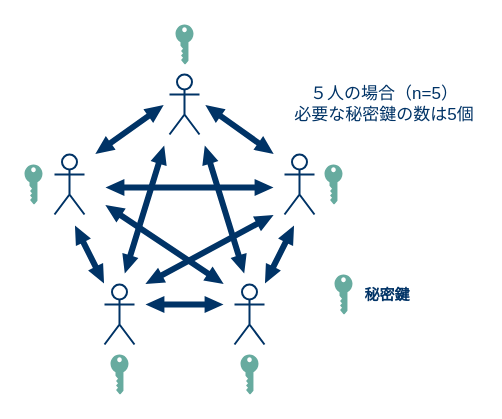
Earlier version of the draw.io diagram img/6-share-pubkey.dio (akakou-doc/pubkey-crypto). Source tidied: cells renumbered, new cells numbered last; positions are measured from the earlier drawing's top-left corner, leaving out a move shared by most shapes. Both pictures are drawn from the tidied source at 100%, with x=0, y=0 at pixel (24, 24).
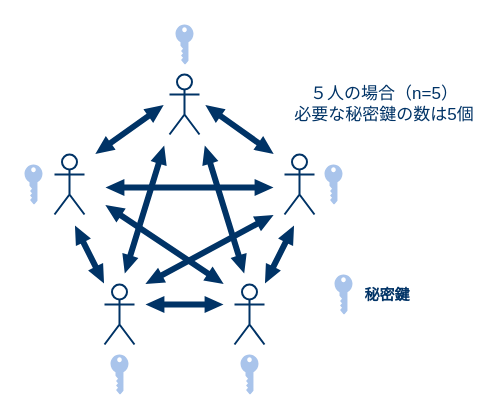
After the change.

Change to the diagram source:
```diff
@@
-    <mxCell id="18" style="verticalLabelPosition=bottom;html=1;verticalAlign=top;align=center;shape=mxgraph.cisco19.key;fillColor=#67AB9F;strokeColor=#FFFFFF;direction=south;strokeWidth=15;" parent="1" vertex="1">
+    <mxCell id="18" style="verticalLabelPosition=bottom;html=1;verticalAlign=top;align=center;shape=mxgraph.cisco19.key;fillColor=#A9C4EB;strokeColor=#FFFFFF;direction=south;strokeWidth=15;" parent="1" vertex="1">
       <mxGeometry x="151" width="18" height="40" as="geometry" />
     </mxCell>
-    <mxCell id="19" style="verticalLabelPosition=bottom;html=1;verticalAlign=top;align=center;shape=mxgraph.cisco19.key;fillColor=#67AB9F;strokeColor=#FFFFFF;direction=south;strokeWidth=15;" parent="1" vertex="1">
+    <mxCell id="19" style="verticalLabelPosition=bottom;html=1;verticalAlign=top;align=center;shape=mxgraph.cisco19.key;fillColor=#A9C4EB;strokeColor=#FFFFFF;direction=south;strokeWidth=15;" parent="1" vertex="1">
       <mxGeometry y="140" width="18" height="40" as="geometry" />
     </mxCell>
-    <mxCell id="20" style="verticalLabelPosition=bottom;html=1;verticalAlign=top;align=center;shape=mxgraph.cisco19.key;fillColor=#67AB9F;strokeColor=#FFFFFF;direction=south;strokeWidth=15;" parent="1" vertex="1">
+    <mxCell id="20" style="verticalLabelPosition=bottom;html=1;verticalAlign=top;align=center;shape=mxgraph.cisco19.key;fillColor=#A9C4EB;strokeColor=#FFFFFF;direction=south;strokeWidth=15;" parent="1" vertex="1">
       <mxGeometry x="86" y="330" width="18" height="40" as="geometry" />
     </mxCell>
-    <mxCell id="21" style="verticalLabelPosition=bottom;html=1;verticalAlign=top;align=center;shape=mxgraph.cisco19.key;fillColor=#67AB9F;strokeColor=#FFFFFF;direction=south;strokeWidth=15;" parent="1" vertex="1">
+    <mxCell id="21" style="verticalLabelPosition=bottom;html=1;verticalAlign=top;align=center;shape=mxgraph.cisco19.key;fillColor=#A9C4EB;strokeColor=#FFFFFF;direction=south;strokeWidth=15;" parent="1" vertex="1">
       <mxGeometry x="216" y="330" width="18" height="40" as="geometry" />
     </mxCell>
-    <mxCell id="22" style="verticalLabelPosition=bottom;html=1;verticalAlign=top;align=center;shape=mxgraph.cisco19.key;fillColor=#67AB9F;strokeColor=#FFFFFF;direction=south;strokeWidth=15;" parent="1" vertex="1">
+    <mxCell id="22" style="verticalLabelPosition=bottom;html=1;verticalAlign=top;align=center;shape=mxgraph.cisco19.key;fillColor=#A9C4EB;strokeColor=#FFFFFF;direction=south;strokeWidth=15;" parent="1" vertex="1">
       <mxGeometry x="300" y="140" width="18" height="40" as="geometry" />
     </mxCell>
-    <mxCell id="23" style="verticalLabelPosition=bottom;html=1;verticalAlign=top;align=center;shape=mxgraph.cisco19.key;fillColor=#67AB9F;strokeColor=#FFFFFF;direction=south;strokeWidth=15;" parent="1" vertex="1">
+    <mxCell id="23" style="verticalLabelPosition=bottom;html=1;verticalAlign=top;align=center;shape=mxgraph.cisco19.key;fillColor=#A9C4EB;strokeColor=#FFFFFF;direction=south;strokeWidth=15;" parent="1" vertex="1">
       <mxGeometry x="310" y="250" width="18" height="40" as="geometry" />
     </mxCell>
```
